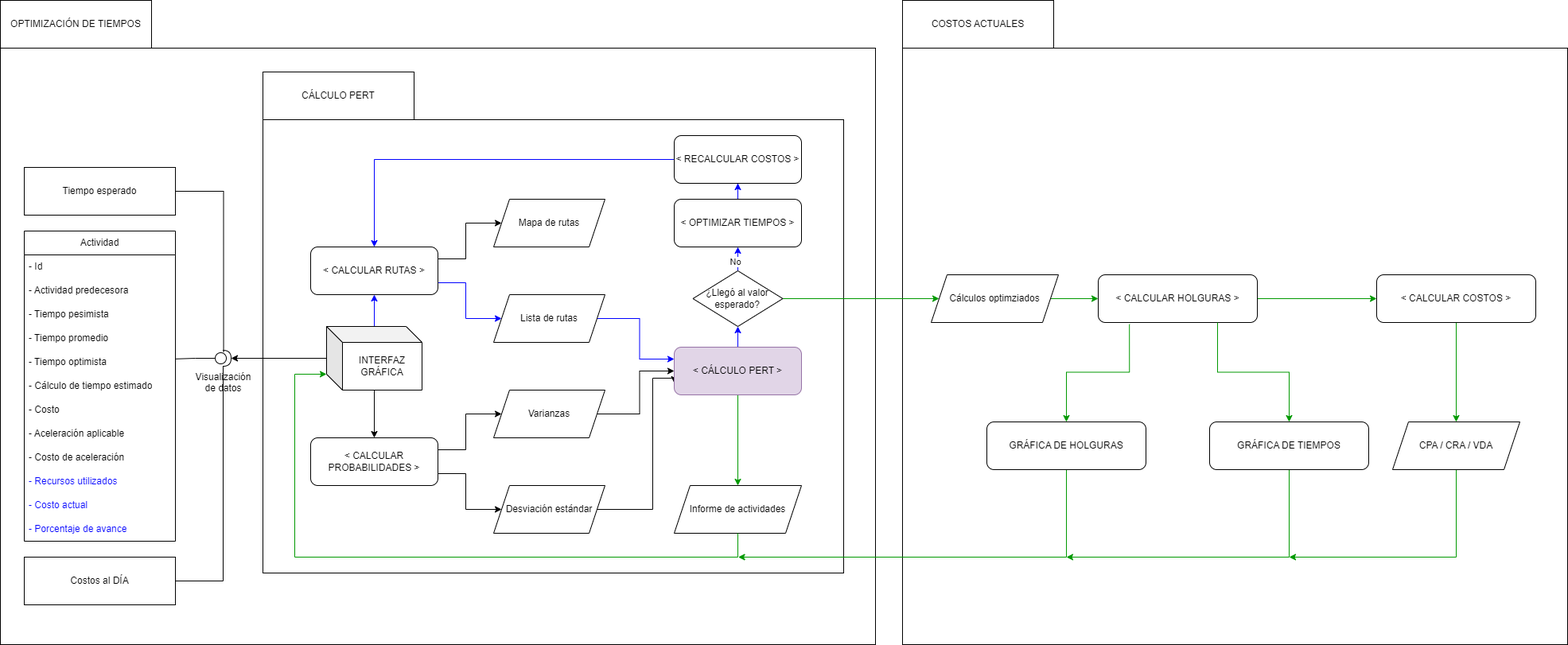
Earlier version of the draw.io export Diseño/Diseño - Entendiendo PERT.drawio.png (jctrejosi/PERT-Solver). Source tidied: cells renumbered, new cells last; positions are measured from the earlier drawing's top-left corner, leaving out a move shared by most shapes.
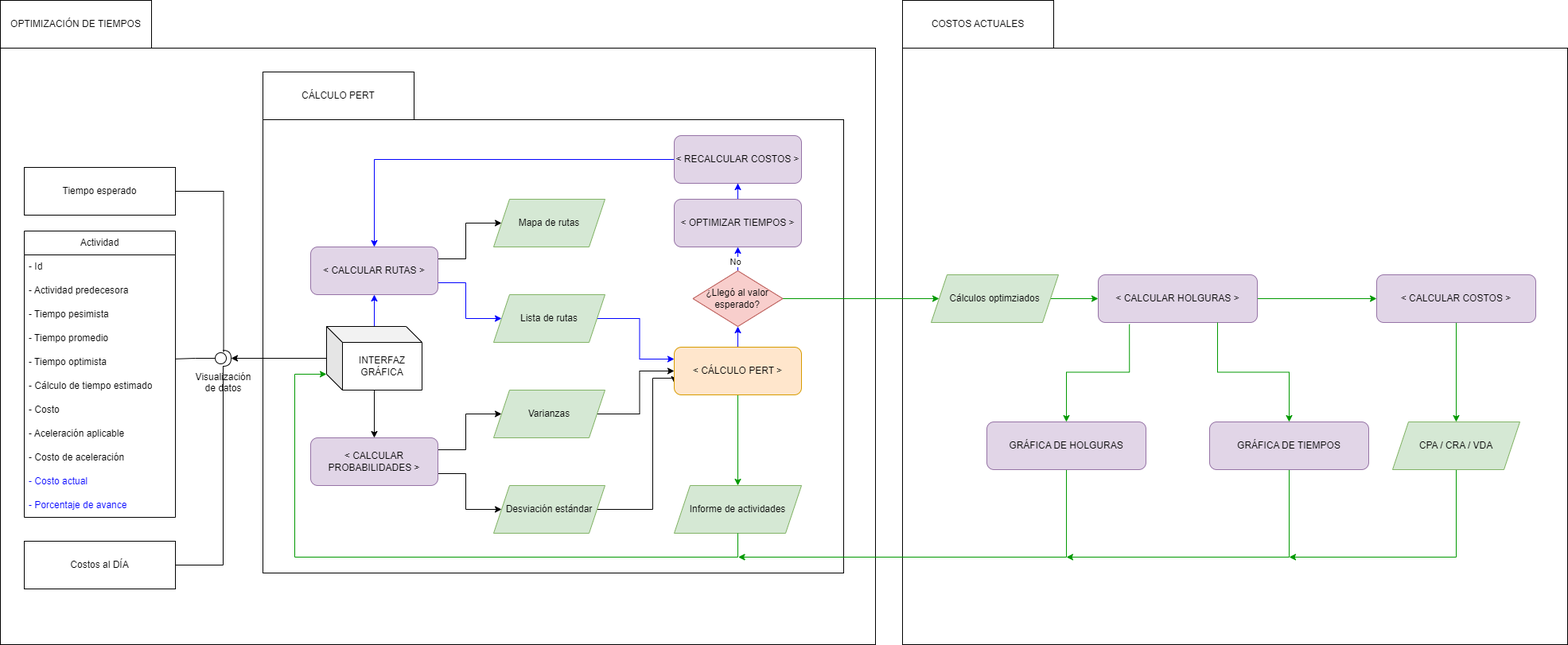
After the commit.

What changed in the source:
```diff
@@ -17,20 +17,20 @@
     <mxCell id="6" style="edgeStyle=orthogonalEdgeStyle;rounded=0;jettySize=auto;html=1;exitX=1;exitY=0.75;exitDx=0;exitDy=0;strokeColor=#0000FF;" parent="1" edge="1" source="7" target="10">
       <mxGeometry relative="1" as="geometry" />
     </mxCell>
-    <mxCell id="7" value="&amp;lt; CALCULAR RUTAS &amp;gt;" style="rounded=1;whiteSpace=wrap;html=1;" parent="1" vertex="1">
+    <mxCell id="7" value="&amp;lt; CALCULAR RUTAS &amp;gt;" style="rounded=1;whiteSpace=wrap;html=1;fillColor=#e1d5e7;strokeColor=#9673a6;" parent="1" vertex="1">
       <mxGeometry x="390" y="310" width="160" height="60" as="geometry" />
     </mxCell>
-    <mxCell id="8" value="Mapa de rutas" style="shape=parallelogram;perimeter=parallelogramPerimeter;whiteSpace=wrap;html=1;fixedSize=1;" parent="1" vertex="1">
+    <mxCell id="8" value="Mapa de rutas" style="shape=parallelogram;perimeter=parallelogramPerimeter;whiteSpace=wrap;html=1;fixedSize=1;fillColor=#d5e8d4;strokeColor=#82b366;" parent="1" vertex="1">
       <mxGeometry x="620" y="250" width="140" height="60" as="geometry" />
     </mxCell>
     <mxCell id="9" style="edgeStyle=orthogonalEdgeStyle;rounded=0;jettySize=auto;html=1;entryX=0;entryY=0.25;entryDx=0;entryDy=0;strokeColor=#0000FF;" parent="1" edge="1" source="10" target="34">
       <mxGeometry relative="1" as="geometry" />
     </mxCell>
-    <mxCell id="10" value="Lista de rutas" style="shape=parallelogram;perimeter=parallelogramPerimeter;whiteSpace=wrap;html=1;fixedSize=1;" parent="1" vertex="1">
+    <mxCell id="10" value="Lista de rutas" style="shape=parallelogram;perimeter=parallelogramPerimeter;whiteSpace=wrap;html=1;fixedSize=1;fillColor=#d5e8d4;strokeColor=#82b366;" parent="1" vertex="1">
       <mxGeometry x="620" y="370" width="140" height="60" as="geometry" />
     </mxCell>
     <mxCell id="11" value="Actividad" style="swimlane;fontStyle=0;horizontal=1;startSize=30;whiteSpace=wrap;html=1;" parent="1" vertex="1">
-      <mxGeometry x="30" y="290" width="190" height="390" as="geometry" />
+      <mxGeometry x="30" y="290" width="190" height="360" as="geometry" />
     </mxCell>
     <mxCell id="12" value="- Id" style="text;strokeColor=none;fillColor=none;align=left;verticalAlign=middle;spacingLeft=4;spacingRight=4;overflow=hidden;whiteSpace=wrap;html=1;" parent="11" vertex="1">
       <mxGeometry y="30" width="190" height="30" as="geometry" />
@@ -59,14 +59,11 @@
     <mxCell id="20" value="- Costo de aceleración" style="text;strokeColor=none;fillColor=none;align=left;verticalAlign=middle;spacingLeft=4;spacingRight=4;overflow=hidden;whiteSpace=wrap;html=1;" parent="11" vertex="1">
       <mxGeometry y="270" width="190" height="30" as="geometry" />
     </mxCell>
-    <mxCell id="21" value="- Recursos utilizados" style="text;strokeColor=none;fillColor=none;align=left;verticalAlign=middle;spacingLeft=4;spacingRight=4;overflow=hidden;whiteSpace=wrap;html=1;fontColor=#0000FF;" parent="11" vertex="1">
-      <mxGeometry y="300" width="190" height="30" as="geometry" />
-    </mxCell>
     <mxCell id="22" value="- Costo actual" style="text;strokeColor=none;fillColor=none;align=left;verticalAlign=middle;spacingLeft=4;spacingRight=4;overflow=hidden;whiteSpace=wrap;html=1;fontColor=#0000FF;" parent="11" vertex="1">
-      <mxGeometry y="330" width="190" height="30" as="geometry" />
+      <mxGeometry y="300" width="190" height="30" as="geometry" />
     </mxCell>
     <mxCell id="23" value="- Porcentaje de avance" style="text;strokeColor=none;fillColor=none;align=left;verticalAlign=middle;spacingLeft=4;spacingRight=4;overflow=hidden;whiteSpace=wrap;html=1;fontColor=#0000FF;" parent="11" vertex="1">
-      <mxGeometry y="360" width="190" height="30" as="geometry" />
+      <mxGeometry y="330" width="190" height="30" as="geometry" />
     </mxCell>
     <mxCell id="24" value="Tiempo esperado" style="rounded=0;whiteSpace=wrap;html=1;" parent="1" vertex="1">
       <mxGeometry x="30" y="210" width="190" height="60" as="geometry" />
@@ -77,13 +74,13 @@
     <mxCell id="26" style="edgeStyle=orthogonalEdgeStyle;rounded=0;jettySize=auto;html=1;exitX=1;exitY=0.75;exitDx=0;exitDy=0;" parent="1" edge="1" source="27" target="31">
       <mxGeometry relative="1" as="geometry" />
     </mxCell>
-    <mxCell id="27" value="&amp;lt; CALCULAR PROBABILIDADES &amp;gt;" style="rounded=1;whiteSpace=wrap;html=1;" parent="1" vertex="1">
+    <mxCell id="27" value="&amp;lt; CALCULAR PROBABILIDADES &amp;gt;" style="rounded=1;whiteSpace=wrap;html=1;fillColor=#e1d5e7;strokeColor=#9673a6;" parent="1" vertex="1">
       <mxGeometry x="390" y="550" width="160" height="60" as="geometry" />
     </mxCell>
     <mxCell id="28" style="edgeStyle=orthogonalEdgeStyle;rounded=0;jettySize=auto;html=1;entryX=0;entryY=0.5;entryDx=0;entryDy=0;" parent="1" edge="1" source="29" target="34">
       <mxGeometry relative="1" as="geometry" />
     </mxCell>
-    <mxCell id="29" value="Varianzas" style="shape=parallelogram;perimeter=parallelogramPerimeter;whiteSpace=wrap;html=1;fixedSize=1;" parent="1" vertex="1">
+    <mxCell id="29" value="Varianzas" style="shape=parallelogram;perimeter=parallelogramPerimeter;whiteSpace=wrap;html=1;fixedSize=1;fillColor=#d5e8d4;strokeColor=#82b366;" parent="1" vertex="1">
       <mxGeometry x="620" y="490" width="140" height="60" as="geometry" />
     </mxCell>
     <mxCell id="30" style="edgeStyle=orthogonalEdgeStyle;rounded=0;jettySize=auto;html=1;entryX=0;entryY=0.75;entryDx=0;entryDy=0;" parent="1" edge="1" source="31" target="34">
@@ -94,7 +91,7 @@
         </Array>
       </mxGeometry>
     </mxCell>
-    <mxCell id="31" value="Desviación estándar" style="shape=parallelogram;perimeter=parallelogramPerimeter;whiteSpace=wrap;html=1;fixedSize=1;" parent="1" vertex="1">
+    <mxCell id="31" value="Desviación estándar" style="shape=parallelogram;perimeter=parallelogramPerimeter;whiteSpace=wrap;html=1;fixedSize=1;fillColor=#d5e8d4;strokeColor=#82b366;" parent="1" vertex="1">
       <mxGeometry x="620" y="610" width="140" height="60" as="geometry" />
     </mxCell>
     <mxCell id="32" style="edgeStyle=orthogonalEdgeStyle;rounded=0;jettySize=auto;html=1;strokeColor=#009900;" parent="1" edge="1" source="34" target="39">
@@ -103,22 +100,22 @@
     <mxCell id="33" style="edgeStyle=orthogonalEdgeStyle;rounded=0;jettySize=auto;html=1;strokeColor=#0000FF;" parent="1" edge="1" source="34" target="63">
       <mxGeometry relative="1" as="geometry" />
     </mxCell>
-    <mxCell id="34" value="&amp;lt; CÁLCULO PERT &amp;gt;" style="rounded=1;whiteSpace=wrap;html=1;fillColor=#e1d5e7;strokeColor=#9673a6;" parent="1" vertex="1">
+    <mxCell id="34" value="&amp;lt; CÁLCULO PERT &amp;gt;" style="rounded=1;whiteSpace=wrap;html=1;fillColor=#ffe6cc;strokeColor=#d79b00;" parent="1" vertex="1">
       <mxGeometry x="847" y="436" width="160" height="60" as="geometry" />
     </mxCell>
     <mxCell id="35" style="edgeStyle=orthogonalEdgeStyle;rounded=0;jettySize=auto;html=1;strokeColor=#0000FF;" parent="1" edge="1" source="36" target="38">
       <mxGeometry relative="1" as="geometry" />
     </mxCell>
-    <mxCell id="36" value="&amp;lt; OPTIMIZAR TIEMPOS &amp;gt;" style="rounded=1;whiteSpace=wrap;html=1;" parent="1" vertex="1">
+    <mxCell id="36" value="&amp;lt; OPTIMIZAR TIEMPOS &amp;gt;" style="rounded=1;whiteSpace=wrap;html=1;fillColor=#e1d5e7;strokeColor=#9673a6;" parent="1" vertex="1">
       <mxGeometry x="847" y="250" width="160" height="60" as="geometry" />
     </mxCell>
     <mxCell id="37" style="edgeStyle=orthogonalEdgeStyle;rounded=0;jettySize=auto;html=1;strokeColor=#0000FF;" parent="1" edge="1" source="38" target="7">
       <mxGeometry relative="1" as="geometry" />
     </mxCell>
-    <mxCell id="38" value="&amp;lt; RECALCULAR COSTOS &amp;gt;" style="rounded=1;whiteSpace=wrap;html=1;" parent="1" vertex="1">
+    <mxCell id="38" value="&amp;lt; RECALCULAR COSTOS &amp;gt;" style="rounded=1;whiteSpace=wrap;html=1;fillColor=#e1d5e7;strokeColor=#9673a6;" parent="1" vertex="1">
       <mxGeometry x="847" y="170" width="160" height="60" as="geometry" />
     </mxCell>
-    <mxCell id="39" value="Informe de actividades" style="shape=parallelogram;perimeter=parallelogramPerimeter;whiteSpace=wrap;html=1;fixedSize=1;" parent="1" vertex="1">
+    <mxCell id="39" value="Informe de actividades" style="shape=parallelogram;perimeter=parallelogramPerimeter;whiteSpace=wrap;html=1;fixedSize=1;fillColor=#d5e8d4;strokeColor=#82b366;" parent="1" vertex="1">
       <mxGeometry x="847" y="610" width="160" height="60" as="geometry" />
     </mxCell>
     <mxCell id="40" value="CÁLCULO PERT" style="rounded=0;whiteSpace=wrap;html=1;" parent="1" vertex="1">
@@ -161,12 +158,12 @@
       <mxGeometry relative="1" as="geometry" />
     </mxCell>
     <mxCell id="51" value="Costos al DÍA" style="rounded=0;whiteSpace=wrap;html=1;" parent="1" vertex="1">
-      <mxGeometry x="30" y="700" width="190" height="60" as="geometry" />
+      <mxGeometry x="30" y="680" width="190" height="60" as="geometry" />
     </mxCell>
     <mxCell id="52" style="edgeStyle=orthogonalEdgeStyle;rounded=0;jettySize=auto;html=1;strokeColor=#009900;" parent="1" edge="1" source="53" target="57">
       <mxGeometry relative="1" as="geometry" />
     </mxCell>
-    <mxCell id="53" value="Cálculos optimziados" style="shape=parallelogram;perimeter=parallelogramPerimeter;whiteSpace=wrap;html=1;fixedSize=1;" parent="1" vertex="1">
+    <mxCell id="53" value="Cálculos optimziados" style="shape=parallelogram;perimeter=parallelogramPerimeter;whiteSpace=wrap;html=1;fixedSize=1;fillColor=#d5e8d4;strokeColor=#82b366;" parent="1" vertex="1">
       <mxGeometry x="1170" y="345" width="160" height="60" as="geometry" />
     </mxCell>
     <mxCell id="54" value="COSTOS ACTUALES" style="rounded=0;whiteSpace=wrap;html=1;" parent="1" vertex="1">
@@ -178,7 +175,7 @@
     <mxCell id="56" style="edgeStyle=orthogonalEdgeStyle;rounded=0;jettySize=auto;html=1;strokeColor=#009900;" parent="1" edge="1" source="57" target="69">
       <mxGeometry relative="1" as="geometry" />
     </mxCell>
-    <mxCell id="57" value="&amp;lt; CALCULAR HOLGURAS &amp;gt;" style="rounded=1;whiteSpace=wrap;html=1;" parent="1" vertex="1">
+    <mxCell id="57" value="&amp;lt; CALCULAR HOLGURAS &amp;gt;" style="rounded=1;whiteSpace=wrap;html=1;fillColor=#e1d5e7;strokeColor=#9673a6;" parent="1" vertex="1">
       <mxGeometry x="1380" y="345" width="200" height="60" as="geometry" />
     </mxCell>
     <mxCell id="58" style="edgeStyle=orthogonalEdgeStyle;rounded=0;jettySize=auto;html=1;strokeColor=#009900;exitX=0.5;exitY=1;exitDx=0;exitDy=0;" parent="1" edge="1" source="59">
@@ -189,7 +186,7 @@
         </Array>
       </mxGeometry>
     </mxCell>
-    <mxCell id="59" value="GRÁFICA DE HOLGURAS" style="rounded=1;whiteSpace=wrap;html=1;" parent="1" vertex="1">
+    <mxCell id="59" value="GRÁFICA DE HOLGURAS" style="rounded=1;whiteSpace=wrap;html=1;fillColor=#e1d5e7;strokeColor=#9673a6;" parent="1" vertex="1">
       <mxGeometry x="1240" y="530" width="200" height="60" as="geometry" />
     </mxCell>
     <mxCell id="60" style="edgeStyle=orthogonalEdgeStyle;rounded=0;jettySize=auto;html=1;entryX=0.5;entryY=1;entryDx=0;entryDy=0;strokeColor=#0000FF;" parent="1" edge="1" source="63" target="36">
@@ -201,7 +198,7 @@
     <mxCell id="62" style="edgeStyle=orthogonalEdgeStyle;rounded=0;jettySize=auto;html=1;strokeColor=#009900;" parent="1" edge="1" source="63" target="53">
       <mxGeometry relative="1" as="geometry" />
     </mxCell>
-    <mxCell id="63" value="¿Llegó al valor esperado?" style="rhombus;whiteSpace=wrap;html=1;" parent="1" vertex="1">
+    <mxCell id="63" value="¿Llegó al valor esperado?" style="rhombus;whiteSpace=wrap;html=1;fillColor=#f8cecc;strokeColor=#b85450;" parent="1" vertex="1">
       <mxGeometry x="870.5" y="340" width="113" height="70" as="geometry" />
     </mxCell>
     <mxCell id="64" style="edgeStyle=orthogonalEdgeStyle;rounded=0;jettySize=auto;html=1;entryX=0.75;entryY=1;entryDx=0;entryDy=0;strokeColor=#009900;startArrow=classic;startFill=1;endArrow=none;endFill=0;" parent="1" edge="1" source="66" target="57">
@@ -215,7 +212,7 @@
         </Array>
       </mxGeometry>
     </mxCell>
-    <mxCell id="66" value="GRÁFICA DE TIEMPOS" style="rounded=1;whiteSpace=wrap;html=1;" parent="1" vertex="1">
+    <mxCell id="66" value="GRÁFICA DE TIEMPOS" style="rounded=1;whiteSpace=wrap;html=1;fillColor=#e1d5e7;strokeColor=#9673a6;" parent="1" vertex="1">
       <mxGeometry x="1520" y="530" width="200" height="60" as="geometry" />
     </mxCell>
     <mxCell id="67" style="edgeStyle=orthogonalEdgeStyle;rounded=0;jettySize=auto;html=1;strokeColor=#009900;exitX=0.5;exitY=1;exitDx=0;exitDy=0;" parent="1" edge="1" source="70">
@@ -229,10 +226,10 @@
     <mxCell id="68" style="edgeStyle=orthogonalEdgeStyle;rounded=0;jettySize=auto;html=1;strokeColor=#009900;" parent="1" edge="1" source="69" target="70">
       <mxGeometry relative="1" as="geometry" />
     </mxCell>
-    <mxCell id="69" value="&amp;lt; CALCULAR COSTOS &amp;gt;" style="rounded=1;whiteSpace=wrap;html=1;" parent="1" vertex="1">
+    <mxCell id="69" value="&amp;lt; CALCULAR COSTOS &amp;gt;" style="rounded=1;whiteSpace=wrap;html=1;fillColor=#e1d5e7;strokeColor=#9673a6;" parent="1" vertex="1">
       <mxGeometry x="1730" y="345" width="200" height="60" as="geometry" />
     </mxCell>
-    <mxCell id="70" value="CPA / CRA / VDA" style="shape=parallelogram;perimeter=parallelogramPerimeter;whiteSpace=wrap;html=1;fixedSize=1;" parent="1" vertex="1">
+    <mxCell id="70" value="CPA / CRA / VDA" style="shape=parallelogram;perimeter=parallelogramPerimeter;whiteSpace=wrap;html=1;fixedSize=1;fillColor=#d5e8d4;strokeColor=#82b366;" parent="1" vertex="1">
       <mxGeometry x="1750" y="530" width="160" height="60" as="geometry" />
     </mxCell>
   </root>
```
